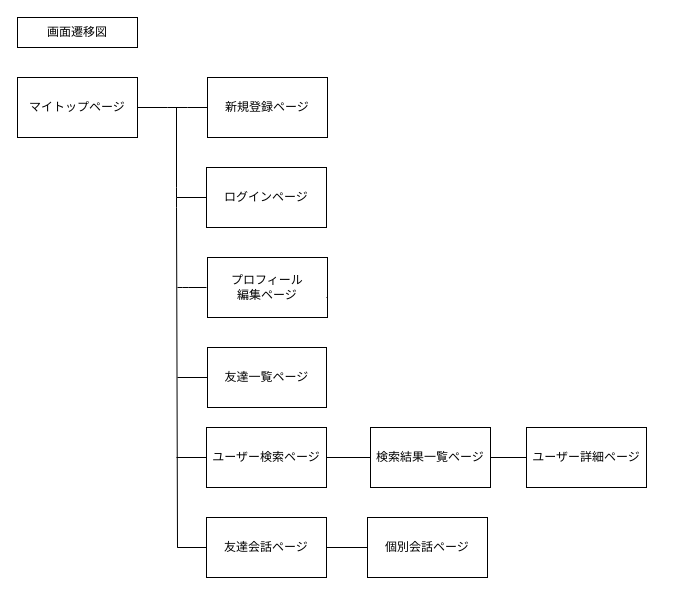
suzuka1621/umaren keeps this draw.io diagram as page "画面遷移図" (2 of 2) of umaren.dio. Above is the earlier version. Source tidied: cells renumbered, new cells numbered last; positions are measured from the earlier drawing's top-left corner, leaving out a move shared by most shapes. Both pictures are drawn from the tidied source at 100%, with x=0, y=0 at pixel (17, 17).
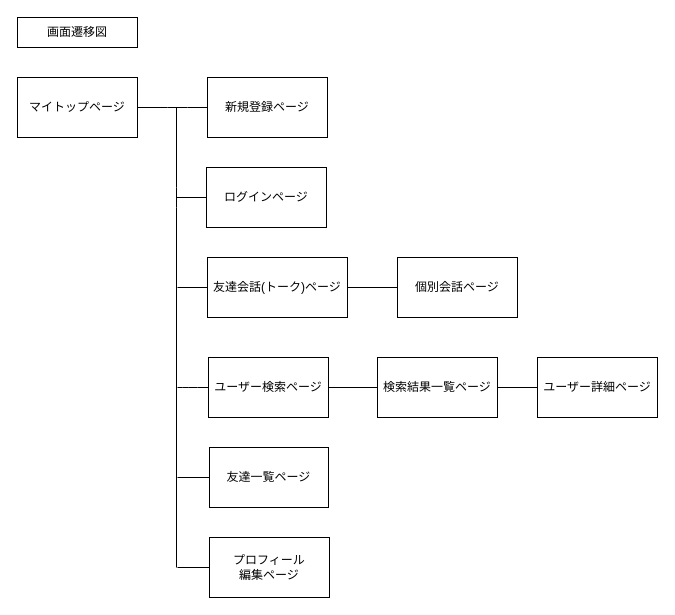
Above is the later version.

Change to the diagram source:
```diff
@@
     <mxCell id="3" style="edgeStyle=none;html=1;exitX=0;exitY=0.5;exitDx=0;exitDy=0;endArrow=none;endFill=0;" parent="1" edge="1" source="5">
       <mxGeometry relative="1" as="geometry">
-        <mxPoint x="159" y="440" as="targetPoint" />
+        <mxPoint x="160" y="370" as="targetPoint" />
+        <Array as="points">
+          <mxPoint x="170" y="370" />
+        </Array>
       </mxGeometry>
     </mxCell>
-    <mxCell id="4" style="edgeStyle=none;html=1;exitX=1;exitY=0.5;exitDx=0;exitDy=0;endArrow=none;endFill=0;" parent="1" edge="1" source="5">
-      <mxGeometry relative="1" as="geometry">
-        <mxPoint x="379" y="440" as="targetPoint" />
-      </mxGeometry>
-    </mxCell>
     <mxCell id="5" value="ユーザー検索ページ" style="rounded=0;whiteSpace=wrap;html=1;" parent="1" vertex="1">
-      <mxGeometry x="189" y="410" width="120" height="60" as="geometry" />
+      <mxGeometry x="191" y="340" width="120" height="60" as="geometry" />
     </mxCell>
-    <mxCell id="6" value="プロフィール&lt;br&gt;編集ページ" style="rounded=0;whiteSpace=wrap;html=1;" parent="1" vertex="1">
-      <mxGeometry x="190" y="240" width="120" height="60" as="geometry" />
-    </mxCell>
-    <mxCell id="7" style="edgeStyle=none;html=1;endArrow=none;endFill=0;" parent="1" edge="1">
-      <mxGeometry relative="1" as="geometry">
-        <mxPoint x="189" y="270" as="sourcePoint" />
-        <mxPoint x="160" y="270" as="targetPoint" />
-        <Array as="points">
-          <mxPoint x="170" y="270" />
-        </Array>
-      </mxGeometry>
-    </mxCell>
-    <mxCell id="8" style="edgeStyle=none;html=1;endArrow=none;endFill=0;" parent="1" edge="1" target="6">
+    <mxCell id="8" style="edgeStyle=none;html=1;endArrow=none;endFill=0;" parent="1" edge="1">
       <mxGeometry relative="1" as="geometry">
         <mxPoint x="309" y="280" as="sourcePoint" />
+        <mxPoint x="310" y="280.2" as="targetPoint" />
       </mxGeometry>
     </mxCell>
@@
     <mxCell id="14" style="endArrow=none;html=1;" parent="1" edge="1">
       <mxGeometry relative="1" as="geometry">
-        <mxPoint x="160" y="530" as="sourcePoint" />
+        <mxPoint x="159" y="550" as="sourcePoint" />
         <mxPoint x="159" y="90" as="targetPoint" />
         <Array as="points">
           <mxPoint x="159" y="180" />
         </Array>
       </mxGeometry>
     </mxCell>
     <mxCell id="15" value="検索結果一覧ページ" style="rounded=0;whiteSpace=wrap;html=1;" parent="1" vertex="1">
-      <mxGeometry x="353" y="410" width="120" height="60" as="geometry" />
+      <mxGeometry x="360" y="340" width="120" height="60" as="geometry" />
     </mxCell>
-    <mxCell id="16" style="edgeStyle=none;html=1;endArrow=none;endFill=0;" parent="1" edge="1" target="15">
-      <mxGeometry relative="1" as="geometry">
-        <mxPoint x="519" y="440" as="sourcePoint" />
-      </mxGeometry>
-    </mxCell>
     <mxCell id="17" value="ユーザー詳細ページ" style="rounded=0;whiteSpace=wrap;html=1;" parent="1" vertex="1">
-      <mxGeometry x="509" y="410" width="120" height="60" as="geometry" />
+      <mxGeometry x="520" y="340" width="120" height="60" as="geometry" />
     </mxCell>
-    <mxCell id="18" style="edgeStyle=none;html=1;exitX=0;exitY=0.5;exitDx=0;exitDy=0;endArrow=none;endFill=0;" parent="1" edge="1" source="19">
-      <mxGeometry relative="1" as="geometry">
-        <mxPoint x="160" y="360" as="targetPoint" />
-      </mxGeometry>
-    </mxCell>
     <mxCell id="19" value="友達一覧ページ" style="rounded=0;whiteSpace=wrap;html=1;" parent="1" vertex="1">
-      <mxGeometry x="190" y="330" width="119" height="60" as="geometry" />
+      <mxGeometry x="192" y="430" width="119" height="60" as="geometry" />
     </mxCell>
-    <mxCell id="20" style="edgeStyle=none;html=1;exitX=0;exitY=0.5;exitDx=0;exitDy=0;endArrow=none;endFill=0;" parent="1" edge="1" source="23">
-      <mxGeometry relative="1" as="geometry">
-        <mxPoint x="160" y="530" as="targetPoint" />
-      </mxGeometry>
-    </mxCell>
@@
-    <mxCell id="22" style="edgeStyle=none;html=1;endArrow=none;endFill=0;" parent="1" edge="1" source="23">
-      <mxGeometry relative="1" as="geometry">
-        <mxPoint x="160" y="530" as="targetPoint" />
-      </mxGeometry>
-    </mxCell>
-    <mxCell id="23" value="友達会話ページ" style="rounded=0;whiteSpace=wrap;html=1;" parent="1" vertex="1">
-      <mxGeometry x="189" y="500" width="120" height="60" as="geometry" />
+    <mxCell id="23" value="友達会話(トーク)ページ" style="rounded=0;whiteSpace=wrap;html=1;" parent="1" vertex="1">
+      <mxGeometry x="190" y="240" width="140" height="60" as="geometry" />
     </mxCell>
     <mxCell id="24" value="個別会話ページ" style="rounded=0;whiteSpace=wrap;html=1;" parent="1" vertex="1">
-      <mxGeometry x="350" y="500" width="120" height="60" as="geometry" />
+      <mxGeometry x="380" y="240" width="120" height="60" as="geometry" />
     </mxCell>
+    <mxCell id="6" value="プロフィール&lt;br&gt;編集ページ" style="rounded=0;whiteSpace=wrap;html=1;" parent="1" vertex="1">
+      <mxGeometry x="192" y="520" width="120" height="60" as="geometry" />
+    </mxCell>
+    <mxCell id="25" style="edgeStyle=none;html=1;entryX=0;entryY=0.5;entryDx=0;entryDy=0;endArrow=none;endFill=0;exitX=1;exitY=0.5;exitDx=0;exitDy=0;" parent="1" edge="1" source="5" target="15">
+      <mxGeometry relative="1" as="geometry" />
+    </mxCell>
+    <mxCell id="26" style="edgeStyle=none;html=1;entryX=0;entryY=0.5;entryDx=0;entryDy=0;endArrow=none;endFill=0;" parent="1" edge="1" target="17">
+      <mxGeometry relative="1" as="geometry">
+        <mxPoint x="480" y="370" as="sourcePoint" />
+      </mxGeometry>
+    </mxCell>
+    <mxCell id="27" style="edgeStyle=none;html=1;exitX=0;exitY=0.5;exitDx=0;exitDy=0;endArrow=none;endFill=0;" parent="1" edge="1" source="19">
+      <mxGeometry relative="1" as="geometry">
+        <mxPoint x="160" y="460" as="targetPoint" />
+      </mxGeometry>
+    </mxCell>
+    <mxCell id="28" style="edgeStyle=none;html=1;exitX=0;exitY=0.5;exitDx=0;exitDy=0;endArrow=none;endFill=0;" parent="1" edge="1" source="6">
+      <mxGeometry relative="1" as="geometry">
+        <mxPoint x="160" y="550" as="targetPoint" />
+      </mxGeometry>
+    </mxCell>
+    <mxCell id="29" style="edgeStyle=none;html=1;exitX=0;exitY=0.5;exitDx=0;exitDy=0;endArrow=none;endFill=0;" parent="1" edge="1" source="23">
+      <mxGeometry relative="1" as="geometry">
+        <mxPoint x="160" y="270" as="targetPoint" />
+      </mxGeometry>
+    </mxCell>
```
